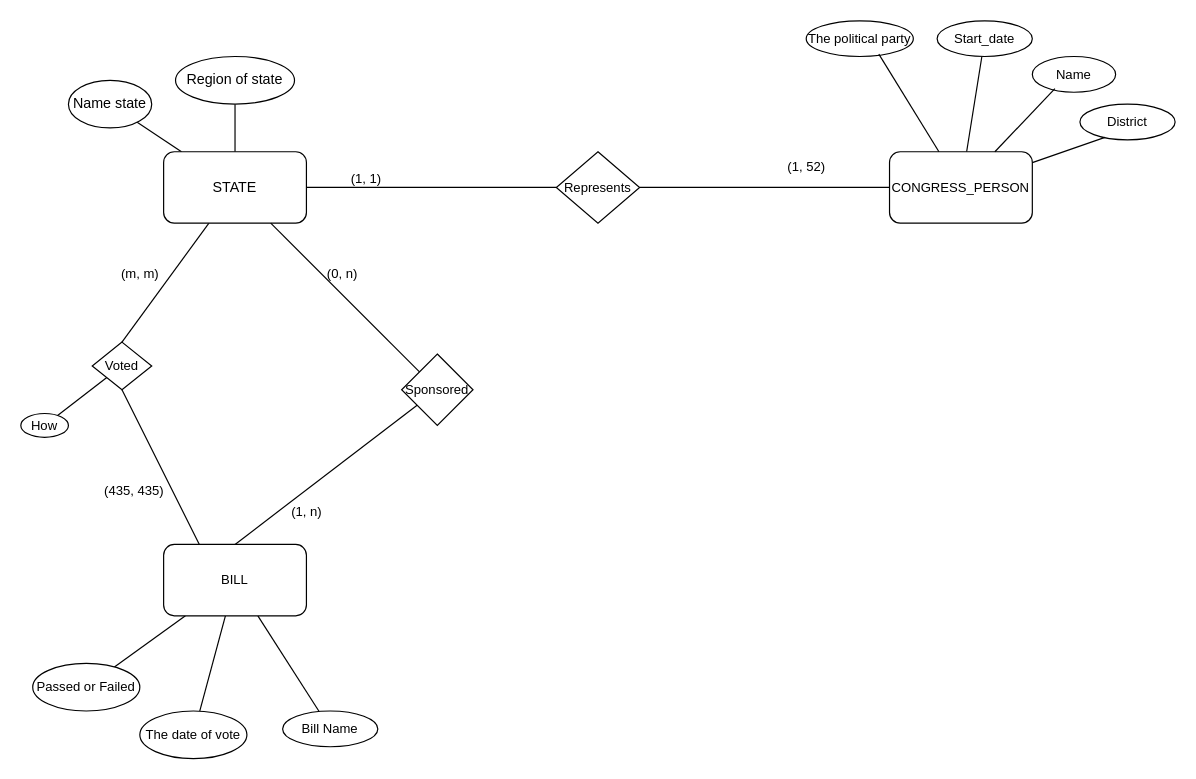
Earlier version of the draw.io diagram 7.21.drawio (phuongman/BTVN_CSDL). Source tidied: cells renumbered, new cells numbered last; positions are measured from the earlier drawing's top-left corner, leaving out a move shared by most shapes. Both pictures are drawn from the tidied source at 119%, with x=0, y=0 at pixel (20, 20).
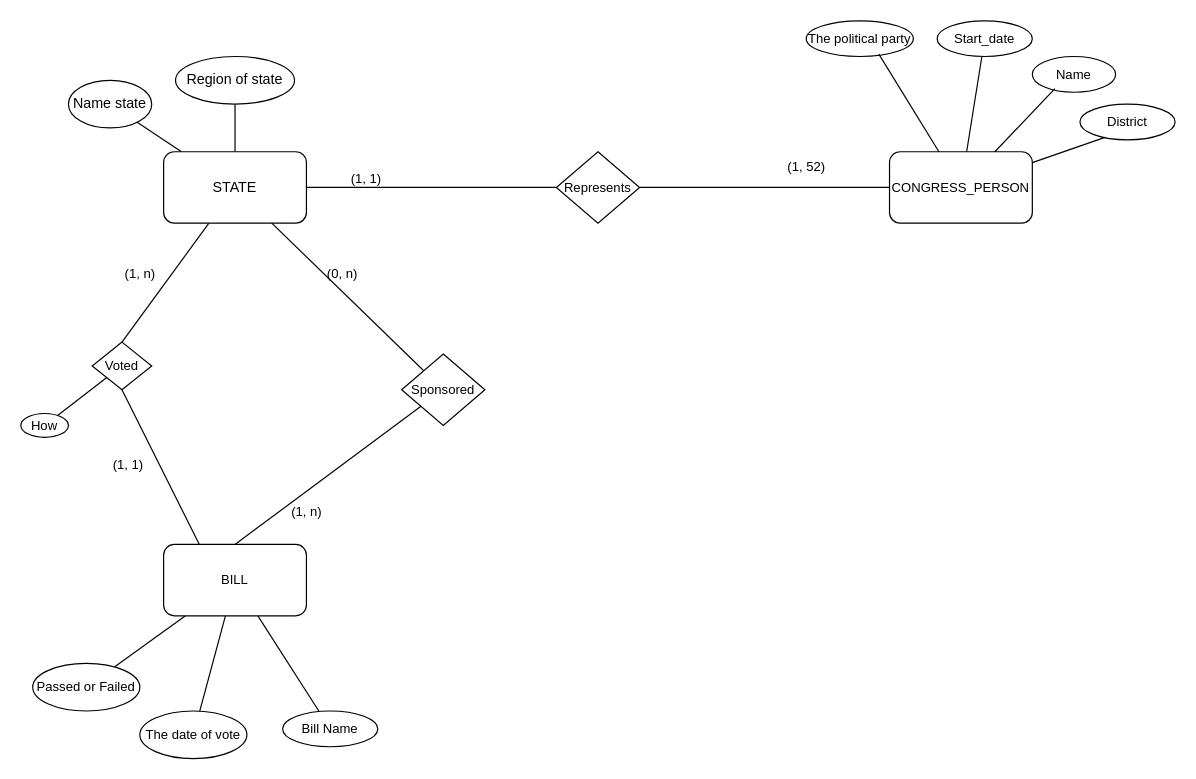
The same diagram, later.

What changed in the source:
```diff
@@
     <mxCell id="30" value="Sponsored" style="rhombus;whiteSpace=wrap;html=1;fontFamily=Helvetica;fontSize=11;fontColor=default;" parent="1" vertex="1">
-      <mxGeometry x="320" y="280" width="60" height="60" as="geometry" />
+      <mxGeometry x="320" y="280" width="70" height="60" as="geometry" />
     </mxCell>
@@
-    <mxCell id="37" value="(m, m)" style="text;html=1;align=center;verticalAlign=middle;strokeColor=none;fillColor=none;fontSize=11;fontFamily=Helvetica;fontColor=default;" parent="1" vertex="1">
-      <mxGeometry x="70" y="198" width="60" height="30" as="geometry" />
-    </mxCell>
-    <mxCell id="38" value="(435, 435)" style="text;html=1;align=center;verticalAlign=middle;strokeColor=none;fillColor=none;fontSize=11;fontFamily=Helvetica;fontColor=default;" parent="1" vertex="1">
-      <mxGeometry x="60" y="380" width="70" height="30" as="geometry" />
-    </mxCell>
@@
+    <mxCell id="40" value="(1, n)" style="text;html=1;align=center;verticalAlign=middle;strokeColor=none;fillColor=none;fontSize=11;fontFamily=Helvetica;fontColor=default;" parent="1" vertex="1">
+      <mxGeometry x="75" y="198" width="50" height="30" as="geometry" />
+    </mxCell>
+    <mxCell id="41" value="(1, 1)" style="text;html=1;align=center;verticalAlign=middle;strokeColor=none;fillColor=none;fontSize=11;fontFamily=Helvetica;fontColor=default;" parent="1" vertex="1">
+      <mxGeometry x="65" y="358" width="50" height="30" as="geometry" />
+    </mxCell>
```
